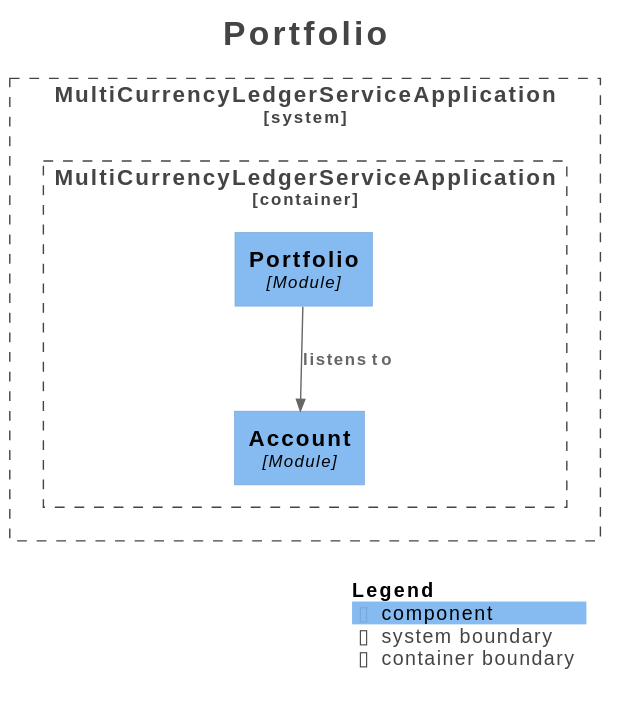
The PlantUML diagram docs/architecture/modulith/module-portfolio.svg in RaonJena99/multi-currency-ledger-service, before a commit.
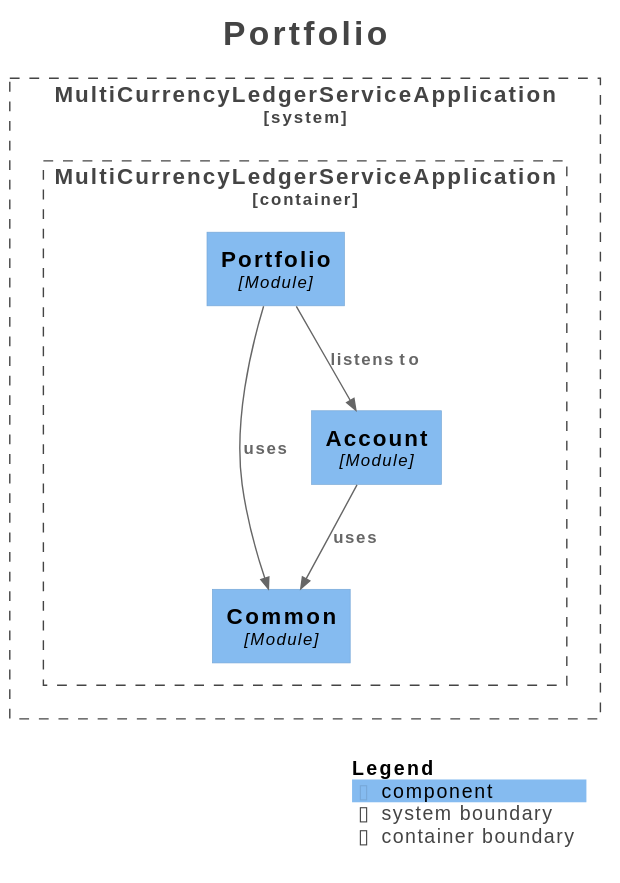
Later version of the same file.

Diff of the diagram source:
```diff
@@ -17,6 +17,7 @@
 
 System_Boundary("MultiCurrencyLedgerServiceApplication_boundary", "MultiCurrencyLedgerServiceApplication", $tags="") {
   Container_Boundary("MultiCurrencyLedgerServiceApplication.MultiCurrencyLedgerServiceApplication_boundary", "MultiCurrencyLedgerServiceApplication", $tags="") {
+    Component(MultiCurrencyLedgerServiceApplication.MultiCurrencyLedgerServiceApplication.Common, "Common", $techn="Module", $descr="", $tags="", $link="")
     Component(MultiCurrencyLedgerServiceApplication.MultiCurrencyLedgerServiceApplication.Account, "Account", $techn="Module", $descr="", $tags="", $link="")
     Component(MultiCurrencyLedgerServiceApplication.MultiCurrencyLedgerServiceApplication.Portfolio, "Portfolio", $techn="Module", $descr="", $tags="", $link="")
   }
@@ -24,6 +25,8 @@
 }
 
 Rel(MultiCurrencyLedgerServiceApplication.MultiCurrencyLedgerServiceApplication.Portfolio, MultiCurrencyLedgerServiceApplication.MultiCurrencyLedgerServiceApplication.Account, "listens to", $techn="", $tags="", $link="")
+Rel(MultiCurrencyLedgerServiceApplication.MultiCurrencyLedgerServiceApplication.Portfolio, MultiCurrencyLedgerServiceApplication.MultiCurrencyLedgerServiceApplication.Common, "uses", $techn="", $tags="", $link="")
+Rel(MultiCurrencyLedgerServiceApplication.MultiCurrencyLedgerServiceApplication.Account, MultiCurrencyLedgerServiceApplication.MultiCurrencyLedgerServiceApplication.Common, "uses", $techn="", $tags="", $link="")
 
 SHOW_LEGEND(true)
 hide stereotypes
```
